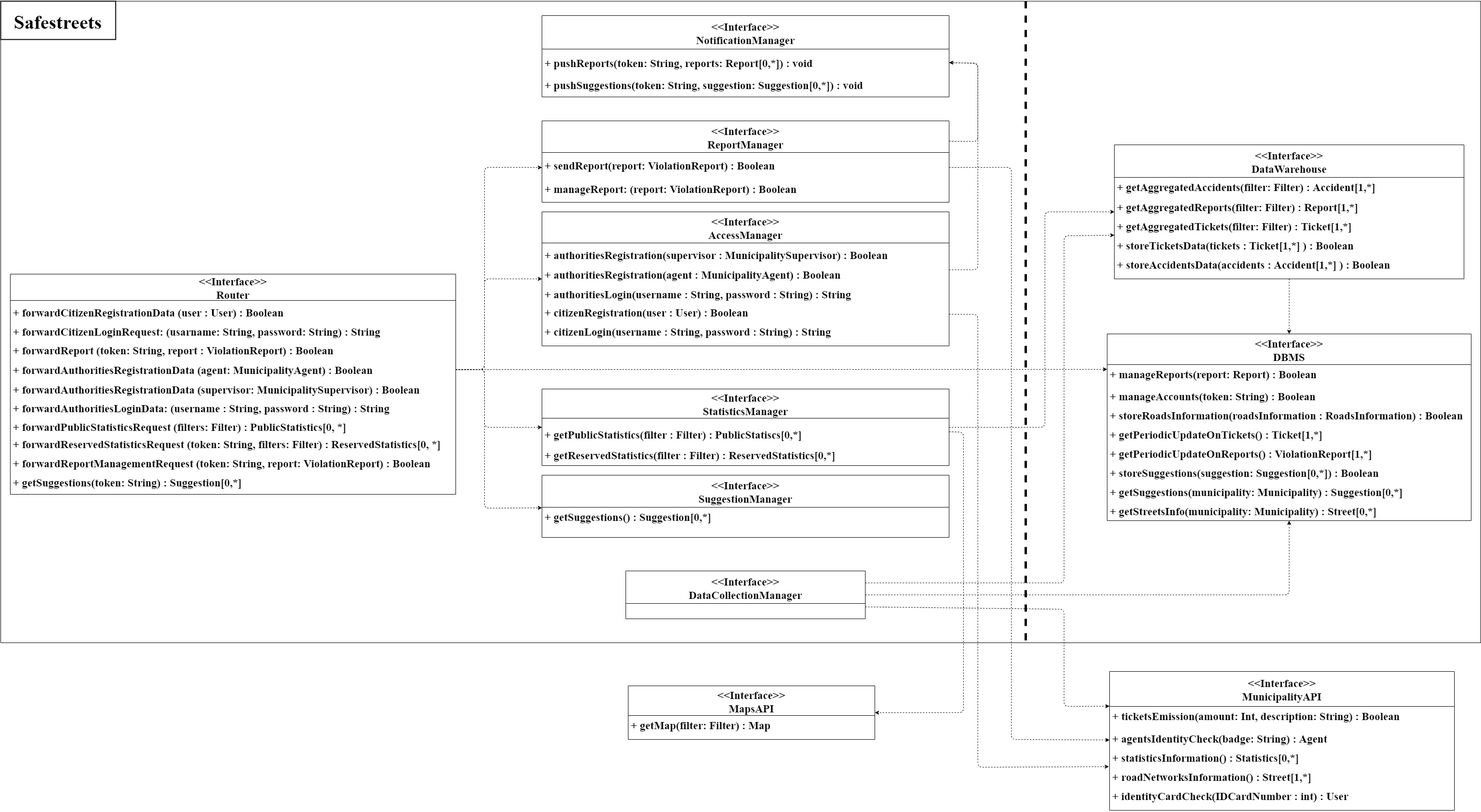
Earlier version of the draw.io export DD/img/Component_Interfaces_Diagram.png (SimoneSartoni/SoftwareEngineering2). Source tidied: cells renumbered, new cells last; positions are measured from the earlier drawing's top-left corner, leaving out a move shared by most shapes.
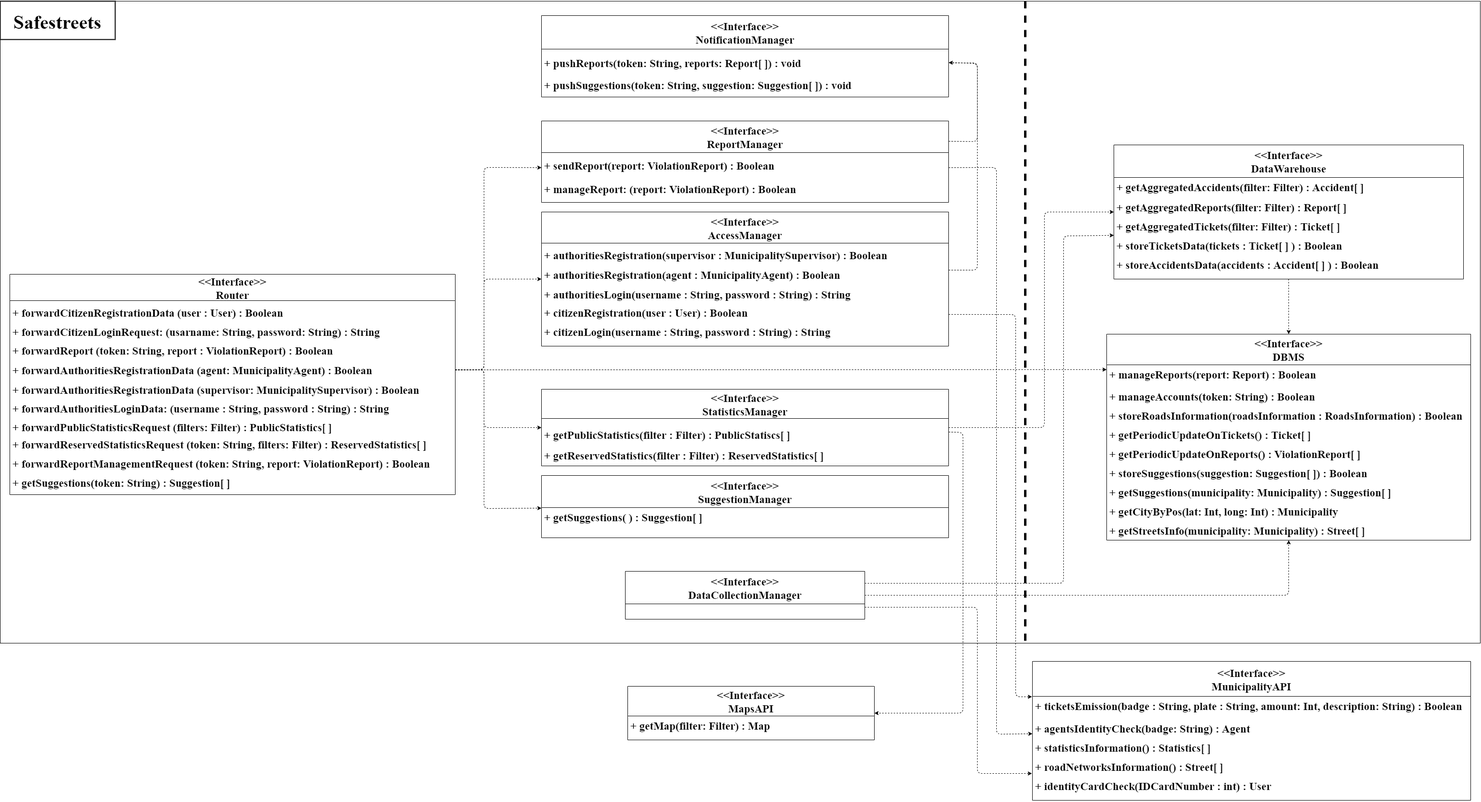
Above is the later version.

Commit message:
Chapter 3 and 4 revision and changes, Interfaces diagram update

The edit, as a diff of the source:
```diff
@@ -46,6 +46,6 @@
     </mxCell>
-    <mxCell id="16" value="+ getPublicStatistics(filter : Filter) : PublicStatiscs[0,*]" style="text;strokeColor=none;fillColor=none;align=left;verticalAlign=top;spacingLeft=4;spacingRight=4;overflow=hidden;fontSize=23;fontFamily=Times New Roman;fontStyle=1;" parent="14" vertex="1">
+    <mxCell id="16" value="+ getPublicStatistics(filter : Filter) : PublicStatiscs[ ]" style="text;strokeColor=none;fillColor=none;align=left;verticalAlign=top;spacingLeft=4;spacingRight=4;overflow=hidden;fontSize=23;fontFamily=Times New Roman;fontStyle=1;" parent="14" vertex="1">
       <mxGeometry y="74.9" width="850" height="42.6" as="geometry" />
     </mxCell>
-    <mxCell id="17" value="+ getReservedStatistics(filter : Filter) : ReservedStatistics[0,*]" style="text;strokeColor=none;fillColor=none;align=left;verticalAlign=top;spacingLeft=4;spacingRight=4;overflow=hidden;fontSize=23;fontFamily=Times New Roman;fontStyle=1;" parent="14" vertex="1">
+    <mxCell id="17" value="+ getReservedStatistics(filter : Filter) : ReservedStatistics[ ]" style="text;strokeColor=none;fillColor=none;align=left;verticalAlign=top;spacingLeft=4;spacingRight=4;overflow=hidden;fontSize=23;fontFamily=Times New Roman;fontStyle=1;" parent="14" vertex="1">
       <mxGeometry y="117.5" width="850" height="42.6" as="geometry" />
@@ -58,6 +58,6 @@
     </mxCell>
-    <mxCell id="20" value="+ pushReports(token: String, reports: Report[0,*]) : void" style="text;strokeColor=none;fillColor=none;align=left;verticalAlign=top;spacingLeft=4;spacingRight=4;overflow=hidden;fontSize=23;fontFamily=Times New Roman;fontStyle=1;" parent="18" vertex="1">
+    <mxCell id="20" value="+ pushReports(token: String, reports: Report[ ]) : void" style="text;strokeColor=none;fillColor=none;align=left;verticalAlign=top;spacingLeft=4;spacingRight=4;overflow=hidden;fontSize=23;fontFamily=Times New Roman;fontStyle=1;" parent="18" vertex="1">
       <mxGeometry x="-70" y="79" width="760" height="46" as="geometry" />
     </mxCell>
-    <mxCell id="21" value="+ pushSuggestions(token: String, suggestion: Suggestion[0,*]) : void" style="text;strokeColor=none;fillColor=none;align=left;verticalAlign=top;spacingLeft=4;spacingRight=4;overflow=hidden;fontSize=23;fontFamily=Times New Roman;fontStyle=1;" parent="18" vertex="1">
+    <mxCell id="21" value="+ pushSuggestions(token: String, suggestion: Suggestion[ ]) : void" style="text;strokeColor=none;fillColor=none;align=left;verticalAlign=top;spacingLeft=4;spacingRight=4;overflow=hidden;fontSize=23;fontFamily=Times New Roman;fontStyle=1;" parent="18" vertex="1">
       <mxGeometry x="-70" y="124.8" width="690" height="45.6" as="geometry" />
@@ -82,6 +82,6 @@
     </mxCell>
-    <mxCell id="28" value="+ forwardPublicStatisticsRequest (filters: Filter) : PublicStatistics[0, *]" style="text;strokeColor=none;fillColor=none;align=left;verticalAlign=top;spacingLeft=4;spacingRight=4;overflow=hidden;fontSize=23;fontFamily=Times New Roman;fontStyle=1;" parent="22" vertex="1">
+    <mxCell id="28" value="+ forwardPublicStatisticsRequest (filters: Filter) : PublicStatistics[ ]" style="text;strokeColor=none;fillColor=none;align=left;verticalAlign=top;spacingLeft=4;spacingRight=4;overflow=hidden;fontSize=23;fontFamily=Times New Roman;fontStyle=1;" parent="22" vertex="1">
       <mxGeometry y="299" width="930" height="36" as="geometry" />
     </mxCell>
-    <mxCell id="29" value="+ forwardReservedStatisticsRequest (token: String, filters: Filter) : ReservedStatistics[0, *]" style="text;strokeColor=none;fillColor=none;align=left;verticalAlign=top;spacingLeft=4;spacingRight=4;overflow=hidden;fontSize=23;fontFamily=Times New Roman;fontStyle=1;" parent="22" vertex="1">
+    <mxCell id="29" value="+ forwardReservedStatisticsRequest (token: String, filters: Filter) : ReservedStatistics[ ]" style="text;strokeColor=none;fillColor=none;align=left;verticalAlign=top;spacingLeft=4;spacingRight=4;overflow=hidden;fontSize=23;fontFamily=Times New Roman;fontStyle=1;" parent="22" vertex="1">
       <mxGeometry y="335" width="930" height="40" as="geometry" />
@@ -91,3 +91,3 @@
     </mxCell>
-    <mxCell id="31" value="+ getSuggestions(token: String) : Suggestion[0,*]" style="text;strokeColor=none;fillColor=none;align=left;verticalAlign=top;spacingLeft=4;spacingRight=4;overflow=hidden;fontSize=23;fontFamily=Times New Roman;fontStyle=1;" parent="22" vertex="1">
+    <mxCell id="31" value="+ getSuggestions(token: String) : Suggestion[ ]" style="text;strokeColor=none;fillColor=none;align=left;verticalAlign=top;spacingLeft=4;spacingRight=4;overflow=hidden;fontSize=23;fontFamily=Times New Roman;fontStyle=1;" parent="22" vertex="1">
       <mxGeometry y="415" width="930" height="40" as="geometry" />
@@ -103,3 +103,3 @@
     </mxCell>
-    <mxCell id="35" value="+ getSuggestions() : Suggestion[0,*]" style="text;strokeColor=none;fillColor=none;align=left;verticalAlign=top;spacingLeft=4;spacingRight=4;overflow=hidden;fontSize=23;fontFamily=Times New Roman;fontStyle=1;" parent="34" vertex="1">
+    <mxCell id="35" value="+ getSuggestions( ) : Suggestion[ ]" style="text;strokeColor=none;fillColor=none;align=left;verticalAlign=top;spacingLeft=4;spacingRight=4;overflow=hidden;fontSize=23;fontFamily=Times New Roman;fontStyle=1;" parent="34" vertex="1">
       <mxGeometry y="67" width="850" height="63" as="geometry" />
@@ -115,3 +115,3 @@
     <mxCell id="37" value="&lt;&lt;Interface&gt;&gt;&#10;DBMS" style="swimlane;fontStyle=1;horizontal=1;startSize=64;fillColor=none;fontSize=23;fontFamily=Times New Roman;" parent="1" vertex="1">
-      <mxGeometry x="2310" y="695" width="760" height="390" as="geometry" />
+      <mxGeometry x="2310" y="695" width="760" height="430" as="geometry" />
     </mxCell>
@@ -126,16 +126,19 @@
     </mxCell>
-    <mxCell id="41" value="+ getPeriodicUpdateOnTickets() : Ticket[1,*]" style="text;strokeColor=none;fillColor=none;align=left;verticalAlign=top;spacingLeft=4;spacingRight=4;overflow=hidden;fontSize=23;fontFamily=Times New Roman;fontStyle=1;" parent="37" vertex="1">
+    <mxCell id="41" value="+ getPeriodicUpdateOnTickets() : Ticket[ ]" style="text;strokeColor=none;fillColor=none;align=left;verticalAlign=top;spacingLeft=4;spacingRight=4;overflow=hidden;fontSize=23;fontFamily=Times New Roman;fontStyle=1;" parent="37" vertex="1">
       <mxGeometry y="190" width="760" height="40" as="geometry" />
     </mxCell>
-    <mxCell id="42" value="+ getPeriodicUpdateOnReports() : ViolationReport[1,*]" style="text;strokeColor=none;fillColor=none;align=left;verticalAlign=top;spacingLeft=4;spacingRight=4;overflow=hidden;fontSize=23;fontFamily=Times New Roman;fontStyle=1;" parent="37" vertex="1">
+    <mxCell id="42" value="+ getPeriodicUpdateOnReports() : ViolationReport[ ]" style="text;strokeColor=none;fillColor=none;align=left;verticalAlign=top;spacingLeft=4;spacingRight=4;overflow=hidden;fontSize=23;fontFamily=Times New Roman;fontStyle=1;" parent="37" vertex="1">
       <mxGeometry y="230" width="760" height="40" as="geometry" />
     </mxCell>
-    <mxCell id="43" value="+ storeSuggestions(suggestion: Suggestion[0,*]) : Boolean" style="text;strokeColor=none;fillColor=none;align=left;verticalAlign=top;spacingLeft=4;spacingRight=4;overflow=hidden;fontSize=23;fontFamily=Times New Roman;fontStyle=1;" parent="37" vertex="1">
+    <mxCell id="43" value="+ storeSuggestions(suggestion: Suggestion[ ]) : Boolean" style="text;strokeColor=none;fillColor=none;align=left;verticalAlign=top;spacingLeft=4;spacingRight=4;overflow=hidden;fontSize=23;fontFamily=Times New Roman;fontStyle=1;" parent="37" vertex="1">
       <mxGeometry y="270" width="760" height="40" as="geometry" />
     </mxCell>
-    <mxCell id="44" value="+ getSuggestions(municipality: Municipality) : Suggestion[0,*]" style="text;strokeColor=none;fillColor=none;align=left;verticalAlign=top;spacingLeft=4;spacingRight=4;overflow=hidden;fontSize=23;fontFamily=Times New Roman;fontStyle=1;" parent="37" vertex="1">
+    <mxCell id="44" value="+ getSuggestions(municipality: Municipality) : Suggestion[ ]" style="text;strokeColor=none;fillColor=none;align=left;verticalAlign=top;spacingLeft=4;spacingRight=4;overflow=hidden;fontSize=23;fontFamily=Times New Roman;fontStyle=1;" parent="37" vertex="1">
       <mxGeometry y="310" width="760" height="40" as="geometry" />
     </mxCell>
+    <mxCell id="80" value="+ getCityByPos(lat: Int, long: Int) : Municipality" style="text;strokeColor=none;fillColor=none;align=left;verticalAlign=top;spacingLeft=4;spacingRight=4;overflow=hidden;fontSize=23;fontFamily=Times New Roman;fontStyle=1;" parent="37" vertex="1">
+      <mxGeometry y="350" width="760" height="40" as="geometry" />
+    </mxCell>
-    <mxCell id="45" value="+ getStreetsInfo(municipality: Municipality) : Street[0,*]" style="text;strokeColor=none;fillColor=none;align=left;verticalAlign=top;spacingLeft=4;spacingRight=4;overflow=hidden;fontSize=23;fontFamily=Times New Roman;fontStyle=1;" parent="37" vertex="1">
-      <mxGeometry y="350" width="760" height="40" as="geometry" />
+    <mxCell id="45" value="+ getStreetsInfo(municipality: Municipality) : Street[ ]" style="text;strokeColor=none;fillColor=none;align=left;verticalAlign=top;spacingLeft=4;spacingRight=4;overflow=hidden;fontSize=23;fontFamily=Times New Roman;fontStyle=1;" parent="37" vertex="1">
+      <mxGeometry y="390" width="760" height="40" as="geometry" />
     </mxCell>
@@ -144,15 +147,15 @@
     </mxCell>
-    <mxCell id="47" value="+ getAggregatedAccidents(filter: Filter) : Accident[1,*]" style="text;strokeColor=none;fillColor=none;align=left;verticalAlign=top;spacingLeft=4;spacingRight=4;overflow=hidden;fontSize=23;fontFamily=Times New Roman;fontStyle=1;" parent="46" vertex="1">
+    <mxCell id="47" value="+ getAggregatedAccidents(filter: Filter) : Accident[ ]" style="text;strokeColor=none;fillColor=none;align=left;verticalAlign=top;spacingLeft=4;spacingRight=4;overflow=hidden;fontSize=23;fontFamily=Times New Roman;fontStyle=1;" parent="46" vertex="1">
       <mxGeometry y="68" width="730" height="42" as="geometry" />
     </mxCell>
-    <mxCell id="48" value="+ getAggregatedReports(filter: Filter) : Report[1,*]" style="text;strokeColor=none;fillColor=none;align=left;verticalAlign=top;spacingLeft=4;spacingRight=4;overflow=hidden;fontSize=23;fontFamily=Times New Roman;fontStyle=1;" parent="46" vertex="1">
+    <mxCell id="48" value="+ getAggregatedReports(filter: Filter) : Report[ ]" style="text;strokeColor=none;fillColor=none;align=left;verticalAlign=top;spacingLeft=4;spacingRight=4;overflow=hidden;fontSize=23;fontFamily=Times New Roman;fontStyle=1;" parent="46" vertex="1">
       <mxGeometry y="110" width="730" height="40" as="geometry" />
     </mxCell>
-    <mxCell id="49" value="+ getAggregatedTickets(filter: Filter) : Ticket[1,*]" style="text;strokeColor=none;fillColor=none;align=left;verticalAlign=top;spacingLeft=4;spacingRight=4;overflow=hidden;points=[[0,0.5],[1,0.5]];portConstraint=eastwest;fontSize=23;fontFamily=Times New Roman;fontStyle=1;" parent="46" vertex="1">
+    <mxCell id="49" value="+ getAggregatedTickets(filter: Filter) : Ticket[ ]" style="text;strokeColor=none;fillColor=none;align=left;verticalAlign=top;spacingLeft=4;spacingRight=4;overflow=hidden;points=[[0,0.5],[1,0.5]];portConstraint=eastwest;fontSize=23;fontFamily=Times New Roman;fontStyle=1;" parent="46" vertex="1">
       <mxGeometry y="150" width="730" height="40" as="geometry" />
     </mxCell>
-    <mxCell id="50" value="+ storeTicketsData(tickets : Ticket[1,*] ) : Boolean" style="text;strokeColor=none;fillColor=none;align=left;verticalAlign=top;spacingLeft=4;spacingRight=4;overflow=hidden;fontSize=23;fontFamily=Times New Roman;fontStyle=1;" parent="46" vertex="1">
+    <mxCell id="50" value="+ storeTicketsData(tickets : Ticket[ ] ) : Boolean" style="text;strokeColor=none;fillColor=none;align=left;verticalAlign=top;spacingLeft=4;spacingRight=4;overflow=hidden;fontSize=23;fontFamily=Times New Roman;fontStyle=1;" parent="46" vertex="1">
       <mxGeometry y="190" width="730" height="40" as="geometry" />
     </mxCell>
-    <mxCell id="51" value="+ storeAccidentsData(accidents : Accident[1,*] ) : Boolean" style="text;strokeColor=none;fillColor=none;align=left;verticalAlign=top;spacingLeft=4;spacingRight=4;overflow=hidden;fontSize=23;fontFamily=Times New Roman;fontStyle=1;" parent="46" vertex="1">
+    <mxCell id="51" value="+ storeAccidentsData(accidents : Accident[ ] ) : Boolean" style="text;strokeColor=none;fillColor=none;align=left;verticalAlign=top;spacingLeft=4;spacingRight=4;overflow=hidden;fontSize=23;fontFamily=Times New Roman;fontStyle=1;" parent="46" vertex="1">
       <mxGeometry y="230" width="730" height="50" as="geometry" />
@@ -222,24 +225,25 @@
     <mxCell id="61" value="&lt;&lt;Interface&gt;&gt;&#10;MunicipalityAPI" style="swimlane;fontStyle=1;horizontal=1;startSize=73;fillColor=none;fontSize=23;fontFamily=Times New Roman;" parent="1" vertex="1">
-      <mxGeometry x="2315" y="1400" width="720" height="290" as="geometry" />
+      <mxGeometry x="2155" y="1378" width="915" height="290" as="geometry" />
     </mxCell>
-    <mxCell id="62" value="+ ticketsEmission(amount: Int, description: String) : Boolean" style="text;strokeColor=none;fillColor=none;align=left;verticalAlign=top;spacingLeft=4;spacingRight=4;overflow=hidden;points=[[0,0.5],[1,0.5]];portConstraint=eastwest;fontSize=23;fontFamily=Times New Roman;fontStyle=1;" parent="61" vertex="1">
-      <mxGeometry y="73" width="720" height="47" as="geometry" />
+    <mxCell id="62" value="+ ticketsEmission(badge : String, plate : String, amount: Int, description: String) : Boolean" style="text;strokeColor=none;fillColor=none;align=left;verticalAlign=top;spacingLeft=4;spacingRight=4;overflow=hidden;points=[[0,0.5],[1,0.5]];portConstraint=eastwest;fontSize=23;fontFamily=Times New Roman;fontStyle=1;" parent="61" vertex="1">
+      <mxGeometry y="73" width="915" height="47" as="geometry" />
     </mxCell>
     <mxCell id="63" value="+ agentsIdentityCheck(badge: String) : Agent" style="text;strokeColor=none;fillColor=none;align=left;verticalAlign=top;spacingLeft=4;spacingRight=4;overflow=hidden;fontSize=23;fontFamily=Times New Roman;fontStyle=1;" parent="61" vertex="1">
-      <mxGeometry y="120" width="720" height="40" as="geometry" />
+      <mxGeometry y="120" width="915" height="40" as="geometry" />
     </mxCell>
-    <mxCell id="64" value="+ statisticsInformation() : Statistics[0,*]" style="text;strokeColor=none;fillColor=none;align=left;verticalAlign=top;spacingLeft=4;spacingRight=4;overflow=hidden;points=[[0,0.5],[1,0.5]];portConstraint=eastwest;fontSize=23;fontFamily=Times New Roman;fontStyle=1;" parent="61" vertex="1">
-      <mxGeometry y="160" width="720" height="40" as="geometry" />
+    <mxCell id="64" value="+ statisticsInformation() : Statistics[ ]" style="text;strokeColor=none;fillColor=none;align=left;verticalAlign=top;spacingLeft=4;spacingRight=4;overflow=hidden;points=[[0,0.5],[1,0.5]];portConstraint=eastwest;fontSize=23;fontFamily=Times New Roman;fontStyle=1;" parent="61" vertex="1">
+      <mxGeometry y="160" width="915" height="40" as="geometry" />
     </mxCell>
-    <mxCell id="65" value="+ roadNetworksInformation() : Street[1,*]" style="text;strokeColor=none;fillColor=none;align=left;verticalAlign=top;spacingLeft=4;spacingRight=4;overflow=hidden;fontSize=23;fontFamily=Times New Roman;fontStyle=1;" parent="61" vertex="1">
-      <mxGeometry y="200" width="720" height="40" as="geometry" />
+    <mxCell id="65" value="+ roadNetworksInformation() : Street[ ]" style="text;strokeColor=none;fillColor=none;align=left;verticalAlign=top;spacingLeft=4;spacingRight=4;overflow=hidden;fontSize=23;fontFamily=Times New Roman;fontStyle=1;" parent="61" vertex="1">
+      <mxGeometry y="200" width="915" height="40" as="geometry" />
     </mxCell>
     <mxCell id="66" value="+ identityCardCheck(IDCardNumber : int) : User" style="text;strokeColor=none;fillColor=none;align=left;verticalAlign=top;spacingLeft=4;spacingRight=4;overflow=hidden;fontSize=23;fontFamily=Times New Roman;fontStyle=1;" parent="61" vertex="1">
-      <mxGeometry y="240" width="720" height="50" as="geometry" />
+      <mxGeometry y="240" width="915" height="50" as="geometry" />
     </mxCell>
-    <mxCell id="67" style="endArrow=classic;html=1;strokeColor=#000000;dashed=1;fontSize=23;fontFamily=Times New Roman;fontStyle=1;exitX=1;exitY=0.75;exitDx=0;exitDy=0;entryX=0;entryY=0.25;entryDx=0;entryDy=0;" parent="1" edge="1" source="13" target="61">
+    <mxCell id="67" style="endArrow=classic;html=1;strokeColor=#000000;dashed=1;fontSize=23;fontFamily=Times New Roman;fontStyle=1;exitX=1;exitY=0.75;exitDx=0;exitDy=0;" parent="1" edge="1" source="13">
       <mxGeometry relative="1" as="geometry">
+        <mxPoint x="2154" y="1612" as="targetPoint" />
         <Array as="points">
-          <mxPoint x="2220" y="1270" />
-          <mxPoint x="2220" y="1473" />
+          <mxPoint x="2040" y="1265" />
+          <mxPoint x="2040" y="1612" />
         </Array>
@@ -247,3 +251,3 @@
     </mxCell>
-    <mxCell id="68" style="endArrow=classic;html=1;strokeColor=#000000;dashed=1;exitX=1;exitY=0.5;exitDx=0;exitDy=0;fontSize=23;fontFamily=Times New Roman;fontStyle=1;entryX=-0.002;entryY=0.97;entryDx=0;entryDy=0;entryPerimeter=0;" parent="1" edge="1" target="64">
+    <mxCell id="68" style="endArrow=classic;html=1;strokeColor=#000000;dashed=1;exitX=1;exitY=0.5;exitDx=0;exitDy=0;fontSize=23;fontFamily=Times New Roman;fontStyle=1;entryX=-0.001;entryY=0.018;entryDx=0;entryDy=0;entryPerimeter=0;" parent="1" edge="1" target="62">
       <mxGeometry relative="1" as="geometry">
@@ -251,4 +255,4 @@
         <Array as="points">
-          <mxPoint x="2040" y="654" />
-          <mxPoint x="2040" y="1600" />
+          <mxPoint x="2120" y="654" />
+          <mxPoint x="2120" y="1452" />
         </Array>
@@ -259,4 +263,4 @@
         <Array as="points">
-          <mxPoint x="2110" y="347" />
-          <mxPoint x="2110" y="1542" />
+          <mxPoint x="2080" y="347" />
+          <mxPoint x="2080" y="1530" />
         </Array>
```
